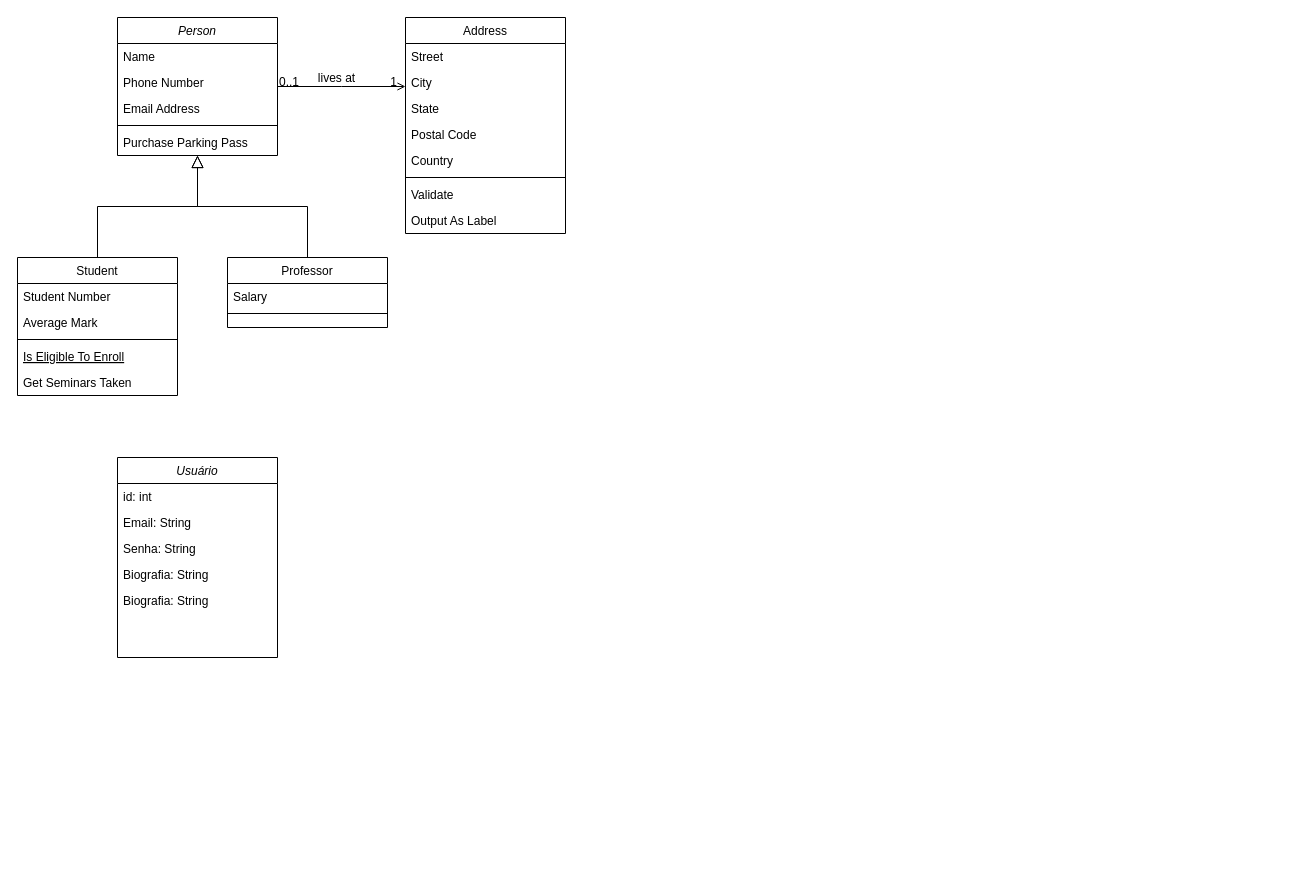
This is misc/diagramas/Diagrama de Classe/Diagrama de Classe.drawio from VerbalThree/OpenVoice, a draw.io file, before an edit. Source tidied: cells renumbered, new cells numbered last; positions are measured from the earlier drawing's top-left corner, leaving out a move shared by most shapes. Both pictures are drawn from the tidied source at 100%, with x=0, y=0 at pixel (17, 17).
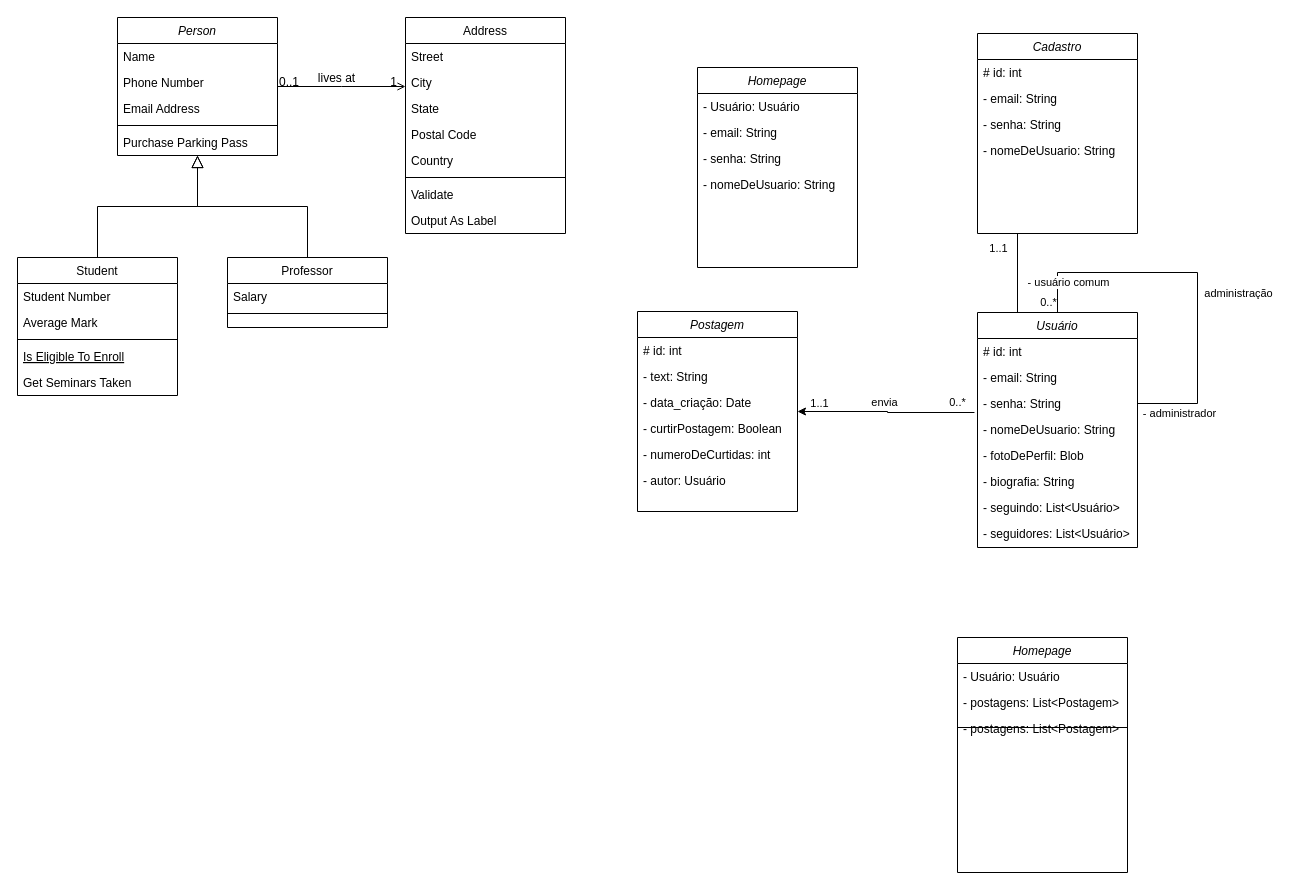
The same diagram, later.

What changed in the source:
```diff
@@
     <mxCell id="32" value="Usuário" style="swimlane;fontStyle=2;align=center;verticalAlign=top;horizontal=1;startSize=26;rounded=0;shadow=0;strokeWidth=1;" parent="1" vertex="1">
-      <mxGeometry x="100" y="440" width="160" height="200" as="geometry" />
+      <mxGeometry x="960" y="295" width="160" height="235" as="geometry" />
     </mxCell>
-    <mxCell id="33" value="id: int" style="text;align=left;verticalAlign=top;spacingLeft=4;spacingRight=4;overflow=hidden;" parent="32" vertex="1">
+    <mxCell id="33" value="# id: int" style="text;align=left;verticalAlign=top;spacingLeft=4;spacingRight=4;overflow=hidden;" parent="32" vertex="1">
       <mxGeometry y="26" width="160" height="26" as="geometry" />
     </mxCell>
-    <mxCell id="34" value="Email: String" style="text;align=left;verticalAlign=top;spacingLeft=4;spacingRight=4;overflow=hidden;rounded=0;shadow=0;html=0;" parent="32" vertex="1">
+    <mxCell id="34" value="- email: String" style="text;align=left;verticalAlign=top;spacingLeft=4;spacingRight=4;overflow=hidden;rounded=0;shadow=0;html=0;" parent="32" vertex="1">
       <mxGeometry y="52" width="160" height="26" as="geometry" />
     </mxCell>
-    <mxCell id="35" value="Senha: String" style="text;align=left;verticalAlign=top;spacingLeft=4;spacingRight=4;overflow=hidden;points=[[0,0.5],[1,0.5]];portConstraint=eastwest;rounded=0;shadow=0;html=0;" parent="32" vertex="1">
+    <mxCell id="35" value="- senha: String" style="text;align=left;verticalAlign=top;spacingLeft=4;spacingRight=4;overflow=hidden;points=[[0,0.5],[1,0.5]];portConstraint=eastwest;rounded=0;shadow=0;html=0;" parent="32" vertex="1">
       <mxGeometry y="78" width="160" height="26" as="geometry" />
     </mxCell>
+    <mxCell id="38" style="endArrow=none;html=1;rounded=0;exitX=1;exitY=0.5;exitDx=0;exitDy=0;entryX=0.5;entryY=0;entryDx=0;entryDy=0;" parent="32" edge="1" source="35" target="32">
+      <mxGeometry relative="1" as="geometry">
+        <Array as="points">
+          <mxPoint x="220" y="91" />
+          <mxPoint x="220" y="-40" />
+          <mxPoint x="80" y="-40" />
+        </Array>
+      </mxGeometry>
+    </mxCell>
+    <mxCell id="39" value="administração" style="edgeLabel;html=1;align=center;verticalAlign=middle;" parent="38" vertex="1">
+      <mxGeometry x="-0.16" relative="1" as="geometry">
+        <mxPoint x="40" y="-15" as="offset" />
+      </mxGeometry>
+    </mxCell>
+    <mxCell id="40" value="- administrador" style="edgeLabel;html=1;align=center;verticalAlign=middle;" parent="38" vertex="1">
+      <mxGeometry x="-0.92" relative="1" as="geometry">
+        <mxPoint x="26" y="9" as="offset" />
+      </mxGeometry>
+    </mxCell>
+    <mxCell id="41" value="- usuário comum" style="edgeLabel;html=1;align=center;verticalAlign=middle;" parent="38" vertex="1">
+      <mxGeometry x="0.87" y="-1" relative="1" as="geometry">
+        <mxPoint x="11" y="-7" as="offset" />
+      </mxGeometry>
+    </mxCell>
+    <mxCell id="42" value="0..*" style="edgeLabel;html=1;align=center;verticalAlign=middle;" parent="38" vertex="1">
+      <mxGeometry x="0.94" y="1" relative="1" as="geometry">
+        <mxPoint x="-11" as="offset" />
+      </mxGeometry>
+    </mxCell>
+    <mxCell id="43" value="- nomeDeUsuario: String" style="text;align=left;verticalAlign=top;spacingLeft=4;spacingRight=4;overflow=hidden;rounded=0;shadow=0;html=0;" parent="32" vertex="1">
+      <mxGeometry y="104" width="160" height="26" as="geometry" />
+    </mxCell>
+    <mxCell id="44" value="- fotoDePerfil: Blob" style="text;align=left;verticalAlign=top;spacingLeft=4;spacingRight=4;overflow=hidden;rounded=0;shadow=0;html=0;" parent="32" vertex="1">
+      <mxGeometry y="130" width="160" height="26" as="geometry" />
+    </mxCell>
-    <mxCell id="36" value="Biografia: String" style="text;align=left;verticalAlign=top;spacingLeft=4;spacingRight=4;overflow=hidden;rounded=0;shadow=0;html=0;" parent="32" vertex="1">
-      <mxGeometry y="104" width="160" height="26" as="geometry" />
+    <mxCell id="36" value="- biografia: String" style="text;align=left;verticalAlign=top;spacingLeft=4;spacingRight=4;overflow=hidden;rounded=0;shadow=0;html=0;" parent="32" vertex="1">
+      <mxGeometry y="156" width="160" height="26" as="geometry" />
     </mxCell>
-    <mxCell id="37" value="Biografia: String" style="text;align=left;verticalAlign=top;spacingLeft=4;spacingRight=4;overflow=hidden;rounded=0;shadow=0;html=0;" parent="32" vertex="1">
-      <mxGeometry y="130" width="160" height="26" as="geometry" />
-    </mxCell>
+    <mxCell id="45" value="- seguindo: List&lt;Usuário&gt;" style="text;align=left;verticalAlign=top;spacingLeft=4;spacingRight=4;overflow=hidden;rounded=0;shadow=0;html=0;" parent="32" vertex="1">
+      <mxGeometry y="182" width="160" height="26" as="geometry" />
+    </mxCell>
+    <mxCell id="46" value="Postagem" style="swimlane;fontStyle=2;align=center;verticalAlign=top;horizontal=1;startSize=26;rounded=0;shadow=0;strokeWidth=1;" parent="1" vertex="1">
+      <mxGeometry x="620" y="294" width="160" height="200" as="geometry" />
+    </mxCell>
+    <mxCell id="47" value="# id: int" style="text;align=left;verticalAlign=top;spacingLeft=4;spacingRight=4;overflow=hidden;" parent="46" vertex="1">
+      <mxGeometry y="26" width="160" height="26" as="geometry" />
+    </mxCell>
+    <mxCell id="48" value="- text: String" style="text;align=left;verticalAlign=top;spacingLeft=4;spacingRight=4;overflow=hidden;rounded=0;shadow=0;html=0;" parent="46" vertex="1">
+      <mxGeometry y="52" width="160" height="26" as="geometry" />
+    </mxCell>
+    <mxCell id="49" value="- data_criação: Date" style="text;align=left;verticalAlign=top;spacingLeft=4;spacingRight=4;overflow=hidden;rounded=0;shadow=0;html=0;" parent="46" vertex="1">
+      <mxGeometry y="78" width="160" height="26" as="geometry" />
+    </mxCell>
+    <mxCell id="50" value="- curtirPostagem: Boolean" style="text;align=left;verticalAlign=top;spacingLeft=4;spacingRight=4;overflow=hidden;rounded=0;shadow=0;html=0;" parent="46" vertex="1">
+      <mxGeometry y="104" width="160" height="26" as="geometry" />
+    </mxCell>
+    <mxCell id="51" value="- numeroDeCurtidas: int" style="text;align=left;verticalAlign=top;spacingLeft=4;spacingRight=4;overflow=hidden;rounded=0;shadow=0;html=0;" parent="46" vertex="1">
+      <mxGeometry y="130" width="160" height="26" as="geometry" />
+    </mxCell>
+    <mxCell id="52" value="- autor: Usuário" style="text;align=left;verticalAlign=top;spacingLeft=4;spacingRight=4;overflow=hidden;rounded=0;shadow=0;html=0;" parent="46" vertex="1">
+      <mxGeometry y="156" width="160" height="26" as="geometry" />
+    </mxCell>
+    <mxCell id="53" style="edgeStyle=orthogonalEdgeStyle;rounded=0;jettySize=auto;html=1;entryX=-0.019;entryY=0.846;entryDx=0;entryDy=0;entryPerimeter=0;startArrow=classic;startFill=1;endArrow=none;endFill=0;" parent="1" edge="1" source="46" target="35">
+      <mxGeometry relative="1" as="geometry" />
+    </mxCell>
+    <mxCell id="54" value="1..1" style="edgeLabel;html=1;align=center;verticalAlign=middle;" parent="53" vertex="1">
+      <mxGeometry x="-0.69" y="1" relative="1" as="geometry">
+        <mxPoint x="-7" y="-8" as="offset" />
+      </mxGeometry>
+    </mxCell>
+    <mxCell id="55" value="0..*" style="edgeLabel;html=1;align=center;verticalAlign=middle;" parent="53" vertex="1">
+      <mxGeometry x="0.78" y="1" relative="1" as="geometry">
+        <mxPoint x="3" y="-9" as="offset" />
+      </mxGeometry>
+    </mxCell>
+    <mxCell id="56" value="envia" style="edgeLabel;html=1;align=center;verticalAlign=middle;" parent="53" vertex="1">
+      <mxGeometry x="-0.03" relative="1" as="geometry">
+        <mxPoint y="-10" as="offset" />
+      </mxGeometry>
+    </mxCell>
+    <mxCell id="57" value="Cadastro" style="swimlane;fontStyle=2;align=center;verticalAlign=top;horizontal=1;startSize=26;rounded=0;shadow=0;strokeWidth=1;" parent="1" vertex="1">
+      <mxGeometry x="960" y="16" width="160" height="200" as="geometry" />
+    </mxCell>
+    <mxCell id="58" value="# id: int" style="text;align=left;verticalAlign=top;spacingLeft=4;spacingRight=4;overflow=hidden;" parent="57" vertex="1">
+      <mxGeometry y="26" width="160" height="26" as="geometry" />
+    </mxCell>
+    <mxCell id="59" value="- email: String" style="text;align=left;verticalAlign=top;spacingLeft=4;spacingRight=4;overflow=hidden;rounded=0;shadow=0;html=0;" parent="57" vertex="1">
+      <mxGeometry y="52" width="160" height="26" as="geometry" />
+    </mxCell>
+    <mxCell id="60" value="- senha: String" style="text;align=left;verticalAlign=top;spacingLeft=4;spacingRight=4;overflow=hidden;rounded=0;shadow=0;html=0;" parent="57" vertex="1">
+      <mxGeometry y="78" width="160" height="26" as="geometry" />
+    </mxCell>
+    <mxCell id="61" value="- nomeDeUsuario: String" style="text;align=left;verticalAlign=top;spacingLeft=4;spacingRight=4;overflow=hidden;rounded=0;shadow=0;html=0;" parent="57" vertex="1">
+      <mxGeometry y="104" width="160" height="26" as="geometry" />
+    </mxCell>
+    <mxCell id="62" style="endArrow=none;html=1;rounded=0;entryX=0.25;entryY=1;entryDx=0;entryDy=0;exitX=0.25;exitY=0;exitDx=0;exitDy=0;" parent="1" edge="1" source="32" target="57">
+      <mxGeometry relative="1" as="geometry" />
+    </mxCell>
+    <mxCell id="63" value="1..1" style="edgeLabel;html=1;align=center;verticalAlign=middle;" parent="62" vertex="1">
+      <mxGeometry x="0.35" relative="1" as="geometry">
+        <mxPoint x="-20" y="-12" as="offset" />
+      </mxGeometry>
+    </mxCell>
+    <mxCell id="64" value="Homepage" style="swimlane;fontStyle=2;align=center;verticalAlign=top;horizontal=1;startSize=26;rounded=0;shadow=0;strokeWidth=1;" parent="1" vertex="1">
+      <mxGeometry x="680" y="50" width="160" height="200" as="geometry" />
+    </mxCell>
+    <mxCell id="65" value="- Usuário: Usuário" style="text;align=left;verticalAlign=top;spacingLeft=4;spacingRight=4;overflow=hidden;" parent="64" vertex="1">
+      <mxGeometry y="26" width="160" height="26" as="geometry" />
+    </mxCell>
+    <mxCell id="66" value="- email: String" style="text;align=left;verticalAlign=top;spacingLeft=4;spacingRight=4;overflow=hidden;rounded=0;shadow=0;html=0;" parent="64" vertex="1">
+      <mxGeometry y="52" width="160" height="26" as="geometry" />
+    </mxCell>
+    <mxCell id="67" value="- senha: String" style="text;align=left;verticalAlign=top;spacingLeft=4;spacingRight=4;overflow=hidden;rounded=0;shadow=0;html=0;" parent="64" vertex="1">
+      <mxGeometry y="78" width="160" height="26" as="geometry" />
+    </mxCell>
+    <mxCell id="68" value="- nomeDeUsuario: String" style="text;align=left;verticalAlign=top;spacingLeft=4;spacingRight=4;overflow=hidden;rounded=0;shadow=0;html=0;" parent="64" vertex="1">
+      <mxGeometry y="104" width="160" height="26" as="geometry" />
+    </mxCell>
+    <mxCell id="69" value="- seguidores: List&lt;Usuário&gt;" style="text;align=left;verticalAlign=top;spacingLeft=4;spacingRight=4;overflow=hidden;rounded=0;shadow=0;html=0;" parent="1" vertex="1">
+      <mxGeometry x="960" y="503" width="160" height="26" as="geometry" />
+    </mxCell>
+    <mxCell id="70" value="Homepage" style="swimlane;fontStyle=2;align=center;verticalAlign=top;horizontal=1;startSize=26;rounded=0;shadow=0;strokeWidth=1;" parent="1" vertex="1">
+      <mxGeometry x="940" y="620" width="170" height="235" as="geometry" />
+    </mxCell>
+    <mxCell id="71" value="- Usuário: Usuário" style="text;align=left;verticalAlign=top;spacingLeft=4;spacingRight=4;overflow=hidden;" parent="70" vertex="1">
+      <mxGeometry y="26" width="170" height="26" as="geometry" />
+    </mxCell>
+    <mxCell id="72" value="- postagens: List&lt;Postagem&gt;" style="text;align=left;verticalAlign=top;spacingLeft=4;spacingRight=4;overflow=hidden;" parent="70" vertex="1">
+      <mxGeometry y="52" width="170" height="26" as="geometry" />
+    </mxCell>
+    <mxCell id="73" style="endArrow=none;html=1;rounded=0;" parent="70" edge="1">
+      <mxGeometry relative="1" as="geometry">
+        <mxPoint y="90" as="sourcePoint" />
+        <mxPoint x="170" y="90" as="targetPoint" />
+      </mxGeometry>
+    </mxCell>
+    <mxCell id="74" value="- postagens: List&lt;Postagem&gt;" style="text;align=left;verticalAlign=top;spacingLeft=4;spacingRight=4;overflow=hidden;" parent="70" vertex="1">
+      <mxGeometry y="78" width="170" height="26" as="geometry" />
+    </mxCell>
```
